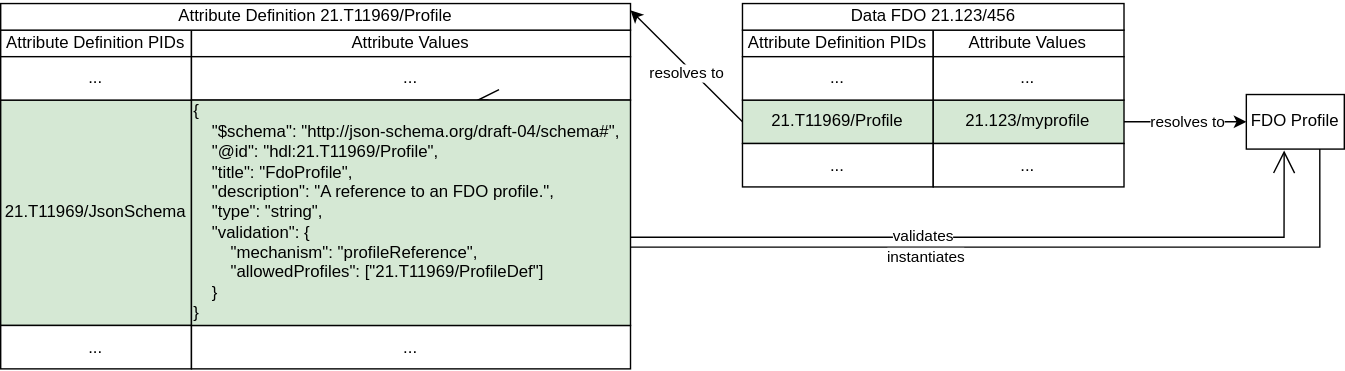
Earlier version of the draw.io export img/profile-reference-json-schema.svg (fairdo-org/handle_fdo_specification). Source tidied: cells renumbered, new cells last; positions are measured from the earlier drawing's top-left corner, leaving out a move shared by most shapes. Its diagram source:
```xml
<mxGraphModel>
  <root>
    <mxCell id="0" />
    <mxCell id="1" parent="0" />
    <mxCell id="2" value="Attribute Definition PIDs" style="rounded=0;whiteSpace=wrap;html=1;" parent="1" vertex="1">
      <mxGeometry y="19" width="136.3" height="19" as="geometry" />
    </mxCell>
    <mxCell id="3" value="Attribute Values" style="rounded=0;whiteSpace=wrap;html=1;" parent="1" vertex="1">
      <mxGeometry x="136.3" y="19" width="313.7" height="19" as="geometry" />
    </mxCell>
    <mxCell id="4" value="21.T11969/JsonSchema" style="rounded=0;whiteSpace=wrap;html=1;fillColor=#D5E8D4;" parent="1" vertex="1">
      <mxGeometry y="69" width="136.3" height="161" as="geometry" />
    </mxCell>
    <mxCell id="5" value="..." style="rounded=0;whiteSpace=wrap;html=1;fillColor=#FFFFFF;" parent="1" vertex="1">
      <mxGeometry y="38" width="136.3" height="31" as="geometry" />
    </mxCell>
    <mxCell id="6" value="..." style="rounded=0;whiteSpace=wrap;html=1;fillColor=#FFFFFF;" parent="1" vertex="1">
      <mxGeometry x="136.3" y="38" width="313.7" height="31" as="geometry" />
    </mxCell>
    <mxCell id="7" value="..." style="rounded=0;whiteSpace=wrap;html=1;fillColor=#FFFFFF;" parent="1" vertex="1">
      <mxGeometry y="230" width="136.3" height="31" as="geometry" />
    </mxCell>
    <mxCell id="8" value="..." style="rounded=0;whiteSpace=wrap;html=1;fillColor=#FFFFFF;" parent="1" vertex="1">
      <mxGeometry x="136.3" y="230" width="313.7" height="31" as="geometry" />
    </mxCell>
    <mxCell id="9" value="Attribute Definition 21.T11969/Profile" style="rounded=0;whiteSpace=wrap;html=1;" parent="1" vertex="1">
      <mxGeometry width="450" height="19" as="geometry" />
    </mxCell>
    <mxCell id="10" value="Attribute Definition PIDs" style="rounded=0;whiteSpace=wrap;html=1;" parent="1" vertex="1">
      <mxGeometry x="530" y="19" width="136.3" height="19" as="geometry" />
    </mxCell>
    <mxCell id="11" value="Attribute Values" style="rounded=0;whiteSpace=wrap;html=1;" parent="1" vertex="1">
      <mxGeometry x="666.3" y="19" width="136.3" height="19" as="geometry" />
    </mxCell>
    <mxCell id="12" value="21.T11969/Profile" style="rounded=0;whiteSpace=wrap;html=1;fillColor=#D5E8D4;" parent="1" vertex="1">
      <mxGeometry x="530" y="69" width="136.3" height="31" as="geometry" />
    </mxCell>
    <mxCell id="13" value="21.123/myprofile" style="rounded=0;whiteSpace=wrap;html=1;fillColor=#D5E8D4;" parent="1" vertex="1">
      <mxGeometry x="666.3" y="69" width="136.3" height="31" as="geometry" />
    </mxCell>
    <mxCell id="14" value="..." style="rounded=0;whiteSpace=wrap;html=1;fillColor=#FFFFFF;" parent="1" vertex="1">
      <mxGeometry x="530" y="38" width="136.3" height="31" as="geometry" />
    </mxCell>
    <mxCell id="15" value="..." style="rounded=0;whiteSpace=wrap;html=1;fillColor=#FFFFFF;" parent="1" vertex="1">
      <mxGeometry x="666.3" y="38" width="136.3" height="31" as="geometry" />
    </mxCell>
    <mxCell id="16" value="..." style="rounded=0;whiteSpace=wrap;html=1;fillColor=#FFFFFF;" parent="1" vertex="1">
      <mxGeometry x="530" y="100" width="136.3" height="31" as="geometry" />
    </mxCell>
    <mxCell id="17" value="..." style="rounded=0;whiteSpace=wrap;html=1;fillColor=#FFFFFF;" parent="1" vertex="1">
      <mxGeometry x="666.3" y="100" width="136.3" height="31" as="geometry" />
    </mxCell>
    <mxCell id="18" value="Data FDO 21.123/456" style="rounded=0;whiteSpace=wrap;html=1;" parent="1" vertex="1">
      <mxGeometry x="530" width="272.6" height="19" as="geometry" />
    </mxCell>
    <mxCell id="19" value="resolves to" style="endArrow=classic;html=1;rounded=0;exitX=0;exitY=0.5;exitDx=0;exitDy=0;entryX=1;entryY=0.25;entryDx=0;entryDy=0;" parent="1" edge="1" source="12" target="9">
      <mxGeometry x="-0.07" y="4" relative="1" as="geometry" />
    </mxCell>
    <mxCell id="20" value="FDO Profile&lt;br&gt;" style="rounded=0;whiteSpace=wrap;html=1;" parent="1" vertex="1">
      <mxGeometry x="890" y="65" width="70" height="39" as="geometry" />
    </mxCell>
    <mxCell id="21" style="endArrow=classic;html=1;rounded=0;entryX=0;entryY=0.5;entryDx=0;entryDy=0;exitX=1;exitY=0.5;exitDx=0;exitDy=0;" parent="1" edge="1" source="13" target="20">
      <mxGeometry relative="1" as="geometry" />
    </mxCell>
    <mxCell id="22" value="resolves to" style="edgeLabel;html=1;align=center;verticalAlign=middle;" parent="21" vertex="1">
      <mxGeometry x="0.03" relative="1" as="geometry" />
    </mxCell>
    <mxCell id="23" style="edgeStyle=orthogonalEdgeStyle;jettySize=auto;html=1;rounded=0;fontFamily=Architects Daughter;fontSource=https%3A%2F%2Ffonts.googleapis.com%2Fcss%3Ffamily%3DArchitects%2BDaughter;fontSize=16;endArrow=classic;sourcePerimeterSpacing=8;targetPerimeterSpacing=8;exitX=0.75;exitY=1;exitDx=0;exitDy=0;endFill=1;" parent="1" edge="1" source="20">
      <mxGeometry relative="1" as="geometry">
        <mxPoint x="335" y="174" as="targetPoint" />
        <Array as="points">
          <mxPoint x="943" y="174" />
        </Array>
      </mxGeometry>
    </mxCell>
    <mxCell id="24" style="edgeStyle=orthogonalEdgeStyle;jettySize=auto;html=1;rounded=0;fontFamily=Architects Daughter;fontSource=https%3A%2F%2Ffonts.googleapis.com%2Fcss%3Ffamily%3DArchitects%2BDaughter;fontSize=16;startSize=14;endArrow=open;endSize=14;sourcePerimeterSpacing=8;targetPerimeterSpacing=8;entryX=0.386;entryY=1.026;entryDx=0;entryDy=0;entryPerimeter=0;" parent="1" edge="1" target="20">
      <mxGeometry relative="1" as="geometry">
        <mxPoint x="341" y="167" as="sourcePoint" />
      </mxGeometry>
    </mxCell>
    <mxCell id="25" value="instantiates" style="edgeLabel;html=1;align=center;verticalAlign=middle;" parent="1" vertex="1">
      <mxGeometry x="660" y="180" as="geometry" />
    </mxCell>
    <mxCell id="26" value="validates" style="edgeLabel;html=1;align=center;verticalAlign=middle;" parent="1" vertex="1">
      <mxGeometry x="650" y="150" as="geometry">
        <mxPoint x="8" y="15" as="offset" />
      </mxGeometry>
    </mxCell>
    <mxCell id="27" style="edgeStyle=none;curved=1;rounded=0;orthogonalLoop=1;jettySize=auto;html=1;exitX=0.75;exitY=0;exitDx=0;exitDy=0;entryX=0.687;entryY=0;entryDx=0;entryDy=0;entryPerimeter=0;fontFamily=Architects Daughter;fontSource=https%3A%2F%2Ffonts.googleapis.com%2Fcss%3Ffamily%3DArchitects%2BDaughter;fontSize=16;startSize=14;endArrow=open;endSize=14;sourcePerimeterSpacing=8;targetPerimeterSpacing=8;" parent="1" edge="1">
      <mxGeometry relative="1" as="geometry">
        <mxPoint x="348.5" y="69" as="sourcePoint" />
        <mxPoint x="339.9" y="69" as="targetPoint" />
      </mxGeometry>
    </mxCell>
    <mxCell id="28" value="{&lt;br&gt;&amp;nbsp; &amp;nbsp; &quot;$schema&quot;: &quot;http://json-schema.org/draft-04/schema#&quot;,&lt;br&gt;&amp;nbsp; &amp;nbsp; &quot;@id&quot;: &quot;hdl:21.T11969/Profile&quot;,&lt;br&gt;&amp;nbsp; &amp;nbsp; &quot;title&quot;: &quot;FdoProfile&quot;,&lt;br&gt;&amp;nbsp; &amp;nbsp; &quot;description&quot;: &quot;A reference to an FDO profile.&quot;,&lt;br&gt;&amp;nbsp; &amp;nbsp; &quot;type&quot;: &quot;string&quot;,&lt;br&gt;&amp;nbsp; &amp;nbsp; &quot;validation&quot;: {&lt;div&gt;&lt;span style=&quot;white-space: pre;&quot;&gt;&#9;&lt;/span&gt;&lt;span style=&quot;background-color: transparent; color: light-dark(rgb(0, 0, 0), rgb(255, 255, 255));&quot;&gt;&quot;mechanism&quot;: &quot;profileReference&quot;,&lt;/span&gt;&lt;/div&gt;&lt;div&gt;&lt;span style=&quot;white-space: pre;&quot;&gt;&#9;&lt;/span&gt;&quot;allowedProfiles&quot;: [&quot;21.T11969/ProfileDef&quot;]&lt;/div&gt;&lt;div&gt;&amp;nbsp; &amp;nbsp; }&lt;br&gt;}&lt;/div&gt;" style="rounded=0;whiteSpace=wrap;html=1;fillColor=#D5E8D4;align=left;" parent="1" vertex="1">
      <mxGeometry x="136.3" y="69" width="313.7" height="161" as="geometry" />
    </mxCell>
  </root>
</mxGraphModel>
```
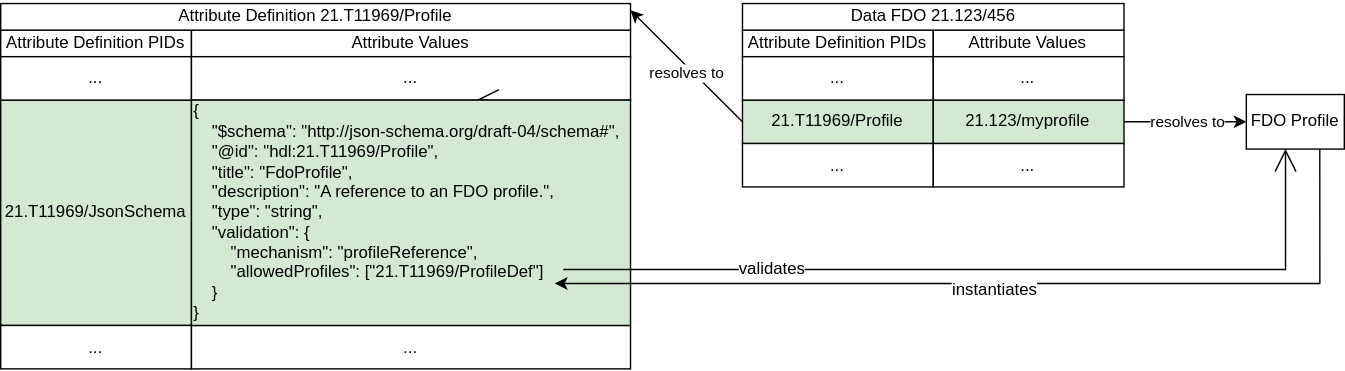
After the commit.

Commit message:
adapt texts and figures of attribute referencing

What changed in the source:
```diff
@@ -65,35 +65,35 @@
     <mxCell id="22" value="resolves to" style="edgeLabel;html=1;align=center;verticalAlign=middle;" parent="21" vertex="1">
       <mxGeometry x="0.03" relative="1" as="geometry" />
     </mxCell>
-    <mxCell id="23" style="edgeStyle=orthogonalEdgeStyle;jettySize=auto;html=1;rounded=0;fontFamily=Architects Daughter;fontSource=https%3A%2F%2Ffonts.googleapis.com%2Fcss%3Ffamily%3DArchitects%2BDaughter;fontSize=16;endArrow=classic;sourcePerimeterSpacing=8;targetPerimeterSpacing=8;exitX=0.75;exitY=1;exitDx=0;exitDy=0;endFill=1;" parent="1" edge="1" source="20">
+    <mxCell id="23" style="edgeStyle=none;curved=1;rounded=0;orthogonalLoop=1;jettySize=auto;html=1;exitX=0.75;exitY=0;exitDx=0;exitDy=0;entryX=0.687;entryY=0;entryDx=0;entryDy=0;entryPerimeter=0;fontFamily=Architects Daughter;fontSource=https%3A%2F%2Ffonts.googleapis.com%2Fcss%3Ffamily%3DArchitects%2BDaughter;fontSize=16;startSize=14;endArrow=open;endSize=14;sourcePerimeterSpacing=8;targetPerimeterSpacing=8;" parent="1" edge="1">
       <mxGeometry relative="1" as="geometry">
-        <mxPoint x="335" y="174" as="targetPoint" />
-        <Array as="points">
-          <mxPoint x="943" y="174" />
-        </Array>
+        <mxPoint x="348.5" y="69" as="sourcePoint" />
+        <mxPoint x="339.9" y="69" as="targetPoint" />
       </mxGeometry>
     </mxCell>
-    <mxCell id="24" style="edgeStyle=orthogonalEdgeStyle;jettySize=auto;html=1;rounded=0;fontFamily=Architects Daughter;fontSource=https%3A%2F%2Ffonts.googleapis.com%2Fcss%3Ffamily%3DArchitects%2BDaughter;fontSize=16;startSize=14;endArrow=open;endSize=14;sourcePerimeterSpacing=8;targetPerimeterSpacing=8;entryX=0.386;entryY=1.026;entryDx=0;entryDy=0;entryPerimeter=0;" parent="1" edge="1" target="20">
-      <mxGeometry relative="1" as="geometry">
-        <mxPoint x="341" y="167" as="sourcePoint" />
-      </mxGeometry>
+    <mxCell id="24" value="{&lt;br&gt;&amp;nbsp; &amp;nbsp; &quot;$schema&quot;: &quot;http://json-schema.org/draft-04/schema#&quot;,&lt;br&gt;&amp;nbsp; &amp;nbsp; &quot;@id&quot;: &quot;hdl:21.T11969/Profile&quot;,&lt;br&gt;&amp;nbsp; &amp;nbsp; &quot;title&quot;: &quot;FdoProfile&quot;,&lt;br&gt;&amp;nbsp; &amp;nbsp; &quot;description&quot;: &quot;A reference to an FDO profile.&quot;,&lt;br&gt;&amp;nbsp; &amp;nbsp; &quot;type&quot;: &quot;string&quot;,&lt;br&gt;&amp;nbsp; &amp;nbsp; &quot;validation&quot;: {&lt;div&gt;&lt;span style=&quot;white-space: pre;&quot;&gt;&#9;&lt;/span&gt;&lt;span style=&quot;background-color: transparent; color: light-dark(rgb(0, 0, 0), rgb(255, 255, 255));&quot;&gt;&quot;mechanism&quot;: &quot;profileReference&quot;,&lt;/span&gt;&lt;/div&gt;&lt;div&gt;&lt;span style=&quot;white-space: pre;&quot;&gt;&#9;&lt;/span&gt;&quot;allowedProfiles&quot;: [&quot;21.T11969/ProfileDef&quot;]&lt;/div&gt;&lt;div&gt;&amp;nbsp; &amp;nbsp; }&lt;br&gt;}&lt;/div&gt;" style="rounded=0;whiteSpace=wrap;html=1;fillColor=#D5E8D4;align=left;" parent="1" vertex="1">
+      <mxGeometry x="136.3" y="69" width="313.7" height="161" as="geometry" />
     </mxCell>
-    <mxCell id="25" value="instantiates" style="edgeLabel;html=1;align=center;verticalAlign=middle;" parent="1" vertex="1">
-      <mxGeometry x="660" y="180" as="geometry" />
+    <mxCell id="25" style="edgeStyle=orthogonalEdgeStyle;orthogonalLoop=1;jettySize=auto;html=1;rounded=0;fontFamily=Architects Daughter;fontSource=https%3A%2F%2Ffonts.googleapis.com%2Fcss%3Ffamily%3DArchitects%2BDaughter;fontSize=16;startSize=14;endArrow=open;endSize=14;sourcePerimeterSpacing=8;targetPerimeterSpacing=8;entryX=0.386;entryY=1.026;entryDx=0;entryDy=0;entryPerimeter=0;" parent="1" edge="1">
+      <mxGeometry relative="1" as="geometry">
+        <mxPoint x="402" y="190" as="sourcePoint" />
+        <mxPoint x="918" y="104" as="targetPoint" />
+      </mxGeometry>
     </mxCell>
-    <mxCell id="26" value="validates" style="edgeLabel;html=1;align=center;verticalAlign=middle;" parent="1" vertex="1">
-      <mxGeometry x="650" y="150" as="geometry">
-        <mxPoint x="8" y="15" as="offset" />
-      </mxGeometry>
+    <mxCell id="26" value="&lt;font style=&quot;font-size: 12px;&quot; face=&quot;Helvetica&quot;&gt;validates&lt;/font&gt;" style="edgeLabel;html=1;align=center;verticalAlign=middle;fontSize=16;fontFamily=Architects Daughter;fontSource=https%3A%2F%2Ffonts.googleapis.com%2Fcss%3Ffamily%3DArchitects%2BDaughter;" parent="25" vertex="1">
+      <mxGeometry x="-0.51" y="3" relative="1" as="geometry" />
     </mxCell>
-    <mxCell id="27" style="edgeStyle=none;curved=1;rounded=0;orthogonalLoop=1;jettySize=auto;html=1;exitX=0.75;exitY=0;exitDx=0;exitDy=0;entryX=0.687;entryY=0;entryDx=0;entryDy=0;entryPerimeter=0;fontFamily=Architects Daughter;fontSource=https%3A%2F%2Ffonts.googleapis.com%2Fcss%3Ffamily%3DArchitects%2BDaughter;fontSize=16;startSize=14;endArrow=open;endSize=14;sourcePerimeterSpacing=8;targetPerimeterSpacing=8;" parent="1" edge="1">
+    <mxCell id="27" style="edgeStyle=orthogonalEdgeStyle;jettySize=auto;html=1;rounded=0;fontFamily=Architects Daughter;fontSource=https%3A%2F%2Ffonts.googleapis.com%2Fcss%3Ffamily%3DArchitects%2BDaughter;fontSize=16;endArrow=classic;sourcePerimeterSpacing=8;targetPerimeterSpacing=8;exitX=0.75;exitY=1;exitDx=0;exitDy=0;endFill=1;" parent="1" edge="1" source="20">
       <mxGeometry relative="1" as="geometry">
-        <mxPoint x="348.5" y="69" as="sourcePoint" />
-        <mxPoint x="339.9" y="69" as="targetPoint" />
+        <mxPoint x="396" y="200" as="targetPoint" />
+        <Array as="points">
+          <mxPoint x="943" y="200" />
+          <mxPoint x="396" y="200" />
+        </Array>
       </mxGeometry>
     </mxCell>
-    <mxCell id="28" value="{&lt;br&gt;&amp;nbsp; &amp;nbsp; &quot;$schema&quot;: &quot;http://json-schema.org/draft-04/schema#&quot;,&lt;br&gt;&amp;nbsp; &amp;nbsp; &quot;@id&quot;: &quot;hdl:21.T11969/Profile&quot;,&lt;br&gt;&amp;nbsp; &amp;nbsp; &quot;title&quot;: &quot;FdoProfile&quot;,&lt;br&gt;&amp;nbsp; &amp;nbsp; &quot;description&quot;: &quot;A reference to an FDO profile.&quot;,&lt;br&gt;&amp;nbsp; &amp;nbsp; &quot;type&quot;: &quot;string&quot;,&lt;br&gt;&amp;nbsp; &amp;nbsp; &quot;validation&quot;: {&lt;div&gt;&lt;span style=&quot;white-space: pre;&quot;&gt;&#9;&lt;/span&gt;&lt;span style=&quot;background-color: transparent; color: light-dark(rgb(0, 0, 0), rgb(255, 255, 255));&quot;&gt;&quot;mechanism&quot;: &quot;profileReference&quot;,&lt;/span&gt;&lt;/div&gt;&lt;div&gt;&lt;span style=&quot;white-space: pre;&quot;&gt;&#9;&lt;/span&gt;&quot;allowedProfiles&quot;: [&quot;21.T11969/ProfileDef&quot;]&lt;/div&gt;&lt;div&gt;&amp;nbsp; &amp;nbsp; }&lt;br&gt;}&lt;/div&gt;" style="rounded=0;whiteSpace=wrap;html=1;fillColor=#D5E8D4;align=left;" parent="1" vertex="1">
-      <mxGeometry x="136.3" y="69" width="313.7" height="161" as="geometry" />
+    <mxCell id="28" value="&lt;font face=&quot;Helvetica&quot; style=&quot;font-size: 12px;&quot;&gt;instantiates&lt;/font&gt;" style="edgeLabel;html=1;align=center;verticalAlign=middle;fontSize=16;fontFamily=Architects Daughter;fontSource=https%3A%2F%2Ffonts.googleapis.com%2Fcss%3Ffamily%3DArchitects%2BDaughter;" parent="27" vertex="1">
+      <mxGeometry x="0.03" y="2" relative="1" as="geometry" />
     </mxCell>
   </root>
 </mxGraphModel>
```
